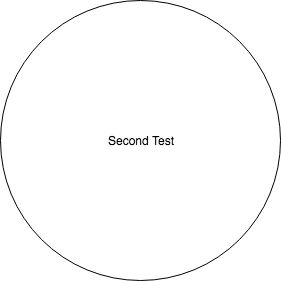
Earlier version of the draw.io export Diagram2.png (foochow94/TestRepo). Source tidied: cells renumbered, new cells last; positions are measured from the earlier drawing's top-left corner, leaving out a move shared by most shapes. Source of this version:
```xml
<mxGraphModel background="#ffffff">
  <root>
    <mxCell id="0" />
    <mxCell id="1" parent="0" />
    <mxCell id="2" value="Second Test" style="ellipse;whiteSpace=wrap;html=1;" parent="1" vertex="1">
      <mxGeometry width="280" height="280" as="geometry" />
    </mxCell>
  </root>
</mxGraphModel>
```
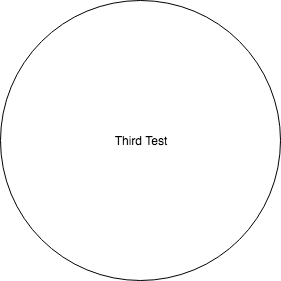
Later version of the same file.

What changed in the source:
```diff
@@ -2,7 +2,7 @@
   <root>
     <mxCell id="0" />
     <mxCell id="1" parent="0" />
-    <mxCell id="2" value="Second Test" style="ellipse;whiteSpace=wrap;html=1;" parent="1" vertex="1">
+    <mxCell id="2" value="Third Test" style="ellipse;whiteSpace=wrap;html=1;" parent="1" vertex="1">
       <mxGeometry width="280" height="280" as="geometry" />
     </mxCell>
   </root>
```
